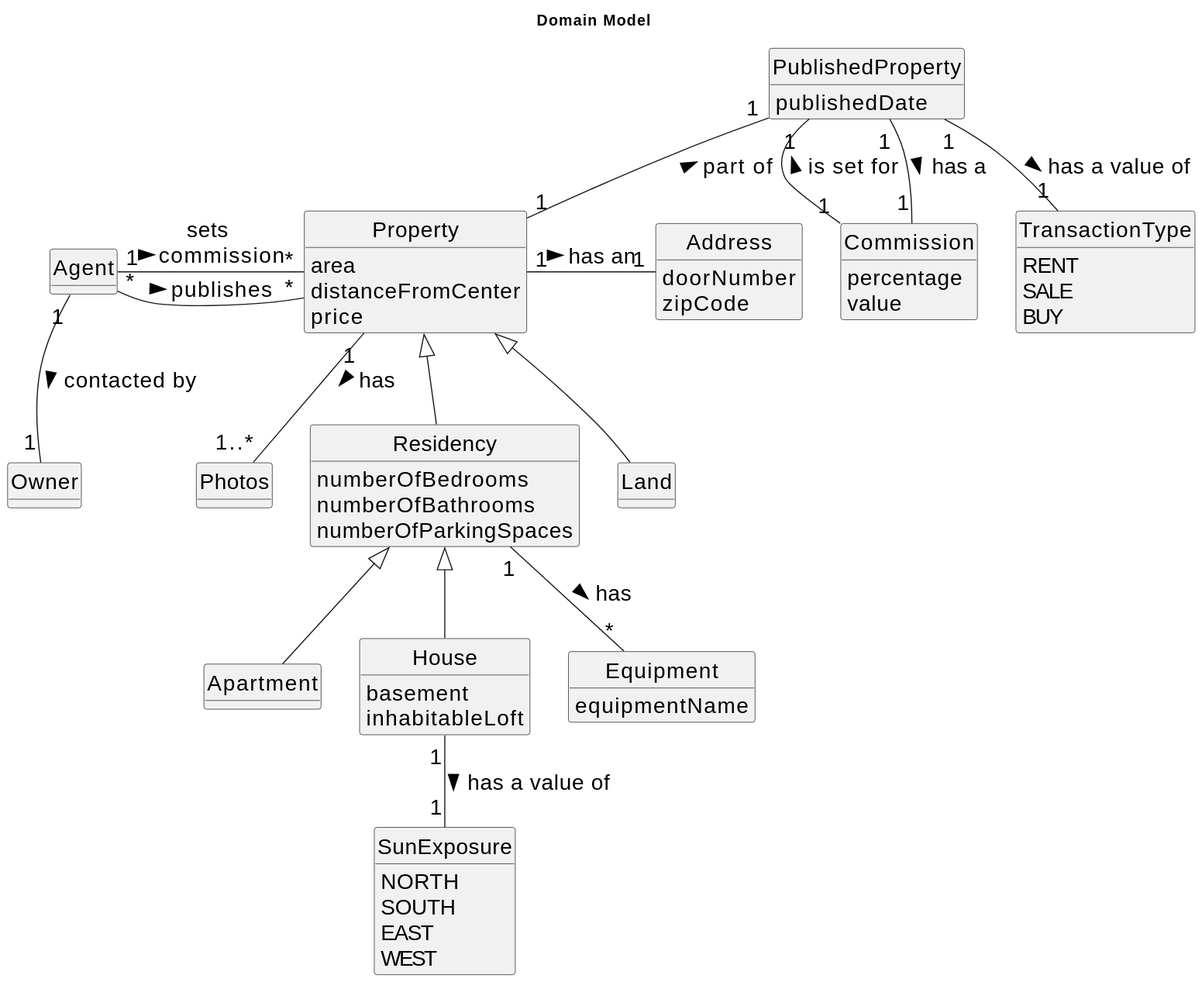
Earlier version of the PlantUML export docs/sprintD/us002/02.analysis/svg/us002-domain-model.svg (Goncalves2525/real-estate-management-system). The source it was exported from:
```plantuml
@startuml
skinparamlocked defaultFontSize 20
skinparam monochrome true
skinparam packageStyle rectangle
skinparam shadowing false
skinparam classAttributeIconSize 0
hide circle
hide methods

title Domain Model


class Agent {
}

class Property{
    area
    distanceFromCenter
    price
}

class Photos {
}

class Address{
    doorNumber
    zipCode
}

class Apartment extends Residency{
}

class House extends Residency{
    basement
    inhabitableLoft
}

class Residency extends Property{
    numberOfBedrooms
    numberOfBathrooms
    numberOfParkingSpaces

}

class PublishedProperty{
    publishedDate
}

class Commission{
    percentage
    value
}


class Land extends Property{
}

class Equipment{
    equipmentName
}


class SunExposure{
NORTH
SOUTH
EAST
WEST
}

class TransactionType{
RENT
SALE
BUY
}


Agent "1" -- "1" Owner : contacted by >
Agent "*" -- "*" Property: publishes >
Agent "1" - "*" Property: sets \ncommission >
Property "1" -- "1..*" Photos: has >
PublishedProperty "1" -- "1" Commission: is set for <
Residency "1" -- "*" Equipment: has >
PublishedProperty "1" -- "1" Property: part of <
Property "1" - "1" Address: has an >
PublishedProperty "1" -- "1" Commission : has a >
House "1" -- "1" SunExposure: has a value of >
PublishedProperty "1" -- "1" TransactionType: has a value of >
@enduml
```
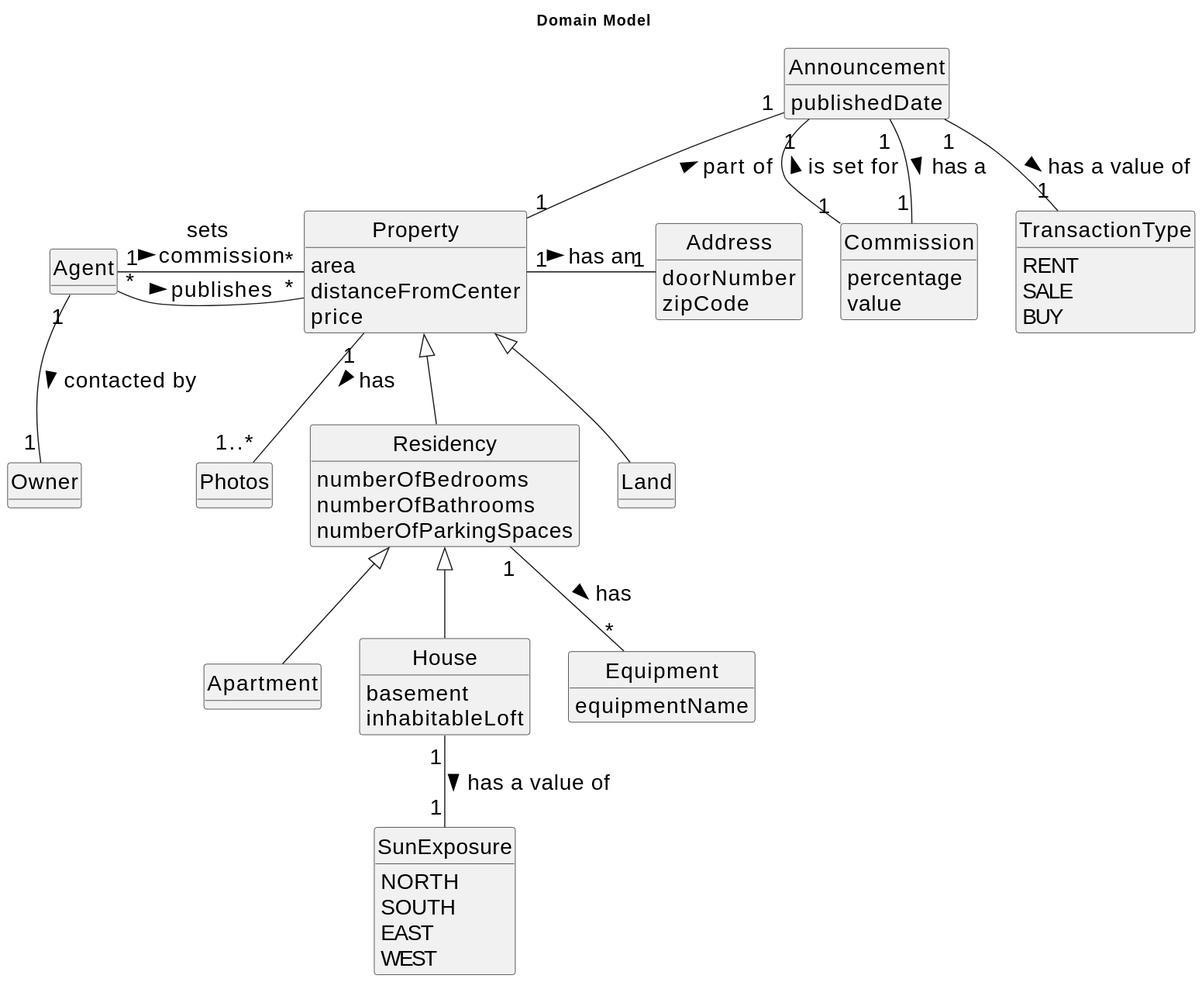
The same file after the commit.

What changed in the source:
```diff
@@ -42,7 +42,7 @@
 
 }
 
-class PublishedProperty{
+class Announcement{
     publishedDate
 }
 
@@ -78,11 +78,11 @@
 Agent "*" -- "*" Property: publishes >
 Agent "1" - "*" Property: sets \ncommission >
 Property "1" -- "1..*" Photos: has >
-PublishedProperty "1" -- "1" Commission: is set for <
+Announcement "1" -- "1" Commission: is set for <
 Residency "1" -- "*" Equipment: has >
-PublishedProperty "1" -- "1" Property: part of <
+Announcement "1" -- "1" Property: part of <
 Property "1" - "1" Address: has an >
-PublishedProperty "1" -- "1" Commission : has a >
+Announcement "1" -- "1" Commission : has a >
 House "1" -- "1" SunExposure: has a value of >
-PublishedProperty "1" -- "1" TransactionType: has a value of >
+Announcement "1" -- "1" TransactionType: has a value of >
 @enduml
```
